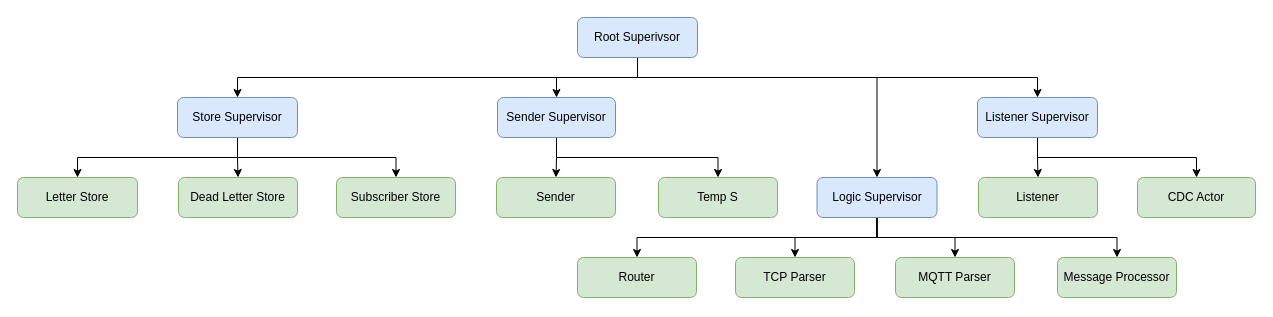
The draw.io diagram page "Supervision_Diagram" (2 of 2) of project_2/diagrams/Project2.drawio in StefanB0/PTR-Labs, before the edit. Source tidied: cells renumbered, new cells numbered last; positions are measured from the earlier drawing's top-left corner, leaving out a move shared by most shapes. Both pictures are drawn from the tidied source at 100%, with x=0, y=0 at pixel (17, 17).
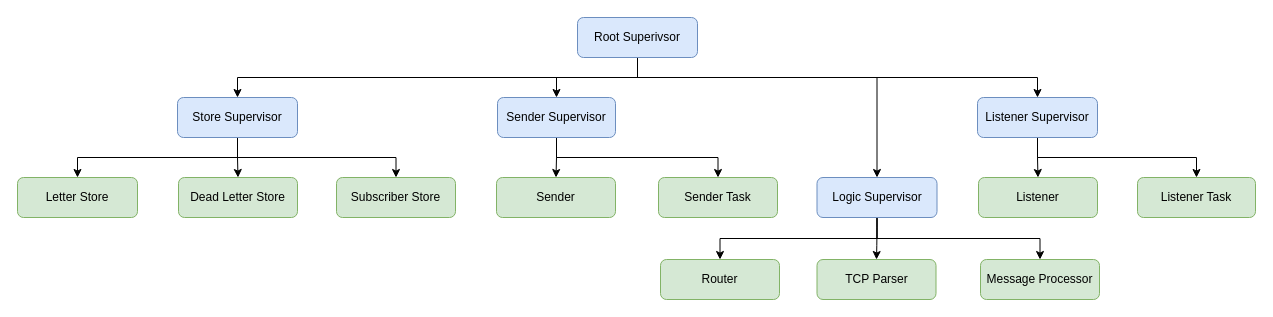
After the change.

The change refers to these unchanged cells:
```xml
<mxCell id="21" value="Logic Supervisor" style="rounded=1;whiteSpace=wrap;html=1;fillColor=#dae8fc;strokeColor=#6c8ebf;" parent="1" vertex="1">
  <mxGeometry x="799.5" y="160" width="120" height="40" as="geometry" />
</mxCell>
```

Diff of the diagram source:
```diff
@@
+    <mxCell id="20" style="edgeStyle=orthogonalEdgeStyle;rounded=0;jettySize=auto;html=1;exitX=0.5;exitY=1;exitDx=0;exitDy=0;entryX=0.5;entryY=0;entryDx=0;entryDy=0;" parent="1" edge="1" source="21" target="31">
+      <mxGeometry relative="1" as="geometry" />
+    </mxCell>
-    <mxCell id="18" style="edgeStyle=orthogonalEdgeStyle;rounded=0;jettySize=auto;html=1;exitX=0.5;exitY=1;exitDx=0;exitDy=0;entryX=0.5;entryY=0;entryDx=0;entryDy=0;" parent="1" edge="1" source="21" target="30">
+    <mxCell id="18" style="edgeStyle=orthogonalEdgeStyle;curved=1;rounded=0;jettySize=auto;html=1;exitX=0.5;exitY=1;exitDx=0;exitDy=0;entryX=0.5;entryY=0;entryDx=0;entryDy=0;" parent="1" edge="1" source="21" target="30">
       <mxGeometry relative="1" as="geometry" />
     </mxCell>
-    <mxCell id="19" style="edgeStyle=orthogonalEdgeStyle;rounded=0;jettySize=auto;html=1;exitX=0.5;exitY=1;exitDx=0;exitDy=0;entryX=0.5;entryY=0;entryDx=0;entryDy=0;" parent="1" edge="1" source="21" target="32">
-      <mxGeometry relative="1" as="geometry" />
-    </mxCell>
-    <mxCell id="20" style="edgeStyle=orthogonalEdgeStyle;rounded=0;jettySize=auto;html=1;exitX=0.5;exitY=1;exitDx=0;exitDy=0;entryX=0.5;entryY=0;entryDx=0;entryDy=0;" parent="1" edge="1" source="21" target="31">
-      <mxGeometry relative="1" as="geometry" />
-    </mxCell>
@@
-    <mxCell id="25" value="Temp S" style="rounded=1;whiteSpace=wrap;html=1;fillColor=#d5e8d4;strokeColor=#82b366;" parent="1" vertex="1">
+    <mxCell id="25" value="Sender Task" style="rounded=1;whiteSpace=wrap;html=1;fillColor=#d5e8d4;strokeColor=#82b366;" parent="1" vertex="1">
       <mxGeometry x="641" y="160" width="119" height="40" as="geometry" />
     </mxCell>
@@
-    <mxCell id="28" value="CDC Actor" style="rounded=1;whiteSpace=wrap;html=1;fillColor=#d5e8d4;strokeColor=#82b366;" parent="1" vertex="1">
+    <mxCell id="28" value="Listener Task" style="rounded=1;whiteSpace=wrap;html=1;fillColor=#d5e8d4;strokeColor=#82b366;" parent="1" vertex="1">
       <mxGeometry x="1120" y="160" width="118" height="40" as="geometry" />
     </mxCell>
     <mxCell id="29" value="Router" style="rounded=1;whiteSpace=wrap;html=1;fillColor=#d5e8d4;strokeColor=#82b366;" parent="1" vertex="1">
-      <mxGeometry x="560" y="240" width="119" height="40" as="geometry" />
+      <mxGeometry x="643" y="242" width="119" height="40" as="geometry" />
     </mxCell>
     <mxCell id="30" value="TCP Parser" style="rounded=1;whiteSpace=wrap;html=1;fillColor=#d5e8d4;strokeColor=#82b366;" parent="1" vertex="1">
-      <mxGeometry x="718" y="240" width="119" height="40" as="geometry" />
+      <mxGeometry x="799.5" y="242" width="119" height="40" as="geometry" />
     </mxCell>
     <mxCell id="31" value="Message Processor" style="rounded=1;whiteSpace=wrap;html=1;fillColor=#d5e8d4;strokeColor=#82b366;" parent="1" vertex="1">
-      <mxGeometry x="1040" y="240" width="119" height="40" as="geometry" />
+      <mxGeometry x="963" y="242" width="119" height="40" as="geometry" />
     </mxCell>
-    <mxCell id="32" value="MQTT Parser" style="rounded=1;whiteSpace=wrap;html=1;fillColor=#d5e8d4;strokeColor=#82b366;" parent="1" vertex="1">
-      <mxGeometry x="878" y="240" width="119" height="40" as="geometry" />
-    </mxCell>
```
